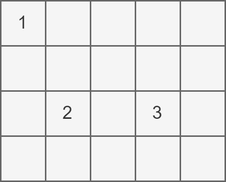
axiomofchoice-hjt/Axiomofchoice-hjt.github.io keeps this draw.io diagram as img/62c303-L2.drawio.png. Above is the earlier version. Source tidied: cells renumbered, new cells last; positions are measured from the earlier drawing's top-left corner, leaving out a move shared by most shapes.
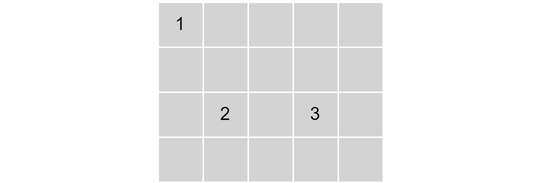
Above is the later version.

Change to the diagram source:
```diff
@@ -2,64 +2,70 @@
   <root>
     <mxCell id="0" />
     <mxCell id="1" parent="0" />
+    <mxCell id="22" style="endArrow=none;dashed=1;html=1;strokeColor=#FFFFFF;fontColor=#000000;" parent="1" edge="1">
+      <mxGeometry relative="1" as="geometry">
+        <mxPoint x="-105" y="-1" as="sourcePoint" />
+        <mxPoint x="255" as="targetPoint" />
+      </mxGeometry>
+    </mxCell>
-    <mxCell id="2" value="1" style="rounded=0;whiteSpace=wrap;html=1;fillColor=#f5f5f5;fontColor=#333333;strokeColor=#666666;" parent="1" vertex="1">
+    <mxCell id="2" value="1" style="rounded=0;whiteSpace=wrap;html=1;fillColor=#d3d3d3;fontColor=#000000;strokeColor=#ffffff;" parent="1" vertex="1">
       <mxGeometry width="30" height="30" as="geometry" />
     </mxCell>
-    <mxCell id="3" style="rounded=0;whiteSpace=wrap;html=1;fillColor=#f5f5f5;fontColor=#333333;strokeColor=#666666;" parent="1" vertex="1">
+    <mxCell id="3" style="rounded=0;whiteSpace=wrap;html=1;fillColor=#d3d3d3;fontColor=#000000;strokeColor=#ffffff;" parent="1" vertex="1">
       <mxGeometry x="30" width="30" height="30" as="geometry" />
     </mxCell>
-    <mxCell id="4" style="rounded=0;whiteSpace=wrap;html=1;fillColor=#f5f5f5;fontColor=#333333;strokeColor=#666666;" parent="1" vertex="1">
+    <mxCell id="4" style="rounded=0;whiteSpace=wrap;html=1;fillColor=#d3d3d3;fontColor=#000000;strokeColor=#ffffff;" parent="1" vertex="1">
       <mxGeometry x="60" width="30" height="30" as="geometry" />
     </mxCell>
-    <mxCell id="5" style="rounded=0;whiteSpace=wrap;html=1;fillColor=#f5f5f5;fontColor=#333333;strokeColor=#666666;" parent="1" vertex="1">
+    <mxCell id="5" style="rounded=0;whiteSpace=wrap;html=1;fillColor=#d3d3d3;fontColor=#000000;strokeColor=#ffffff;" parent="1" vertex="1">
       <mxGeometry x="90" width="30" height="30" as="geometry" />
     </mxCell>
-    <mxCell id="6" style="rounded=0;whiteSpace=wrap;html=1;fillColor=#f5f5f5;fontColor=#333333;strokeColor=#666666;" parent="1" vertex="1">
+    <mxCell id="6" style="rounded=0;whiteSpace=wrap;html=1;fillColor=#d3d3d3;fontColor=#000000;strokeColor=#ffffff;" parent="1" vertex="1">
       <mxGeometry x="120" width="30" height="30" as="geometry" />
     </mxCell>
-    <mxCell id="7" style="rounded=0;whiteSpace=wrap;html=1;fillColor=#f5f5f5;fontColor=#333333;strokeColor=#666666;" parent="1" vertex="1">
+    <mxCell id="7" style="rounded=0;whiteSpace=wrap;html=1;fillColor=#d3d3d3;fontColor=#000000;strokeColor=#ffffff;" parent="1" vertex="1">
       <mxGeometry y="30" width="30" height="30" as="geometry" />
     </mxCell>
-    <mxCell id="8" style="rounded=0;whiteSpace=wrap;html=1;fillColor=#f5f5f5;fontColor=#333333;strokeColor=#666666;" parent="1" vertex="1">
+    <mxCell id="8" style="rounded=0;whiteSpace=wrap;html=1;fillColor=#d3d3d3;fontColor=#000000;strokeColor=#ffffff;" parent="1" vertex="1">
       <mxGeometry x="30" y="30" width="30" height="30" as="geometry" />
     </mxCell>
-    <mxCell id="9" style="rounded=0;whiteSpace=wrap;html=1;fillColor=#f5f5f5;fontColor=#333333;strokeColor=#666666;" parent="1" vertex="1">
+    <mxCell id="9" style="rounded=0;whiteSpace=wrap;html=1;fillColor=#d3d3d3;fontColor=#000000;strokeColor=#ffffff;" parent="1" vertex="1">
       <mxGeometry x="60" y="30" width="30" height="30" as="geometry" />
     </mxCell>
-    <mxCell id="10" style="rounded=0;whiteSpace=wrap;html=1;fillColor=#f5f5f5;fontColor=#333333;strokeColor=#666666;" parent="1" vertex="1">
+    <mxCell id="10" style="rounded=0;whiteSpace=wrap;html=1;fillColor=#d3d3d3;fontColor=#000000;strokeColor=#ffffff;" parent="1" vertex="1">
       <mxGeometry x="90" y="30" width="30" height="30" as="geometry" />
     </mxCell>
-    <mxCell id="11" style="rounded=0;whiteSpace=wrap;html=1;fillColor=#f5f5f5;fontColor=#333333;strokeColor=#666666;" parent="1" vertex="1">
+    <mxCell id="11" style="rounded=0;whiteSpace=wrap;html=1;fillColor=#d3d3d3;fontColor=#000000;strokeColor=#ffffff;" parent="1" vertex="1">
       <mxGeometry x="120" y="30" width="30" height="30" as="geometry" />
     </mxCell>
-    <mxCell id="12" style="rounded=0;whiteSpace=wrap;html=1;fillColor=#f5f5f5;fontColor=#333333;strokeColor=#666666;" parent="1" vertex="1">
+    <mxCell id="12" style="rounded=0;whiteSpace=wrap;html=1;fillColor=#d3d3d3;fontColor=#000000;strokeColor=#ffffff;" parent="1" vertex="1">
       <mxGeometry y="60" width="30" height="30" as="geometry" />
     </mxCell>
-    <mxCell id="13" value="2" style="rounded=0;whiteSpace=wrap;html=1;fillColor=#f5f5f5;fontColor=#333333;strokeColor=#666666;" parent="1" vertex="1">
+    <mxCell id="13" value="2" style="rounded=0;whiteSpace=wrap;html=1;fillColor=#d3d3d3;fontColor=#000000;strokeColor=#ffffff;" parent="1" vertex="1">
       <mxGeometry x="30" y="60" width="30" height="30" as="geometry" />
     </mxCell>
-    <mxCell id="14" style="rounded=0;whiteSpace=wrap;html=1;fillColor=#f5f5f5;fontColor=#333333;strokeColor=#666666;" parent="1" vertex="1">
+    <mxCell id="14" style="rounded=0;whiteSpace=wrap;html=1;fillColor=#d3d3d3;fontColor=#000000;strokeColor=#ffffff;" parent="1" vertex="1">
       <mxGeometry x="60" y="60" width="30" height="30" as="geometry" />
     </mxCell>
-    <mxCell id="15" value="3" style="rounded=0;whiteSpace=wrap;html=1;fillColor=#f5f5f5;fontColor=#333333;strokeColor=#666666;" parent="1" vertex="1">
+    <mxCell id="15" value="3" style="rounded=0;whiteSpace=wrap;html=1;fillColor=#d3d3d3;fontColor=#000000;strokeColor=#ffffff;" parent="1" vertex="1">
       <mxGeometry x="90" y="60" width="30" height="30" as="geometry" />
     </mxCell>
-    <mxCell id="16" style="rounded=0;whiteSpace=wrap;html=1;fillColor=#f5f5f5;fontColor=#333333;strokeColor=#666666;" parent="1" vertex="1">
+    <mxCell id="16" style="rounded=0;whiteSpace=wrap;html=1;fillColor=#d3d3d3;fontColor=#000000;strokeColor=#ffffff;" parent="1" vertex="1">
       <mxGeometry x="120" y="60" width="30" height="30" as="geometry" />
     </mxCell>
-    <mxCell id="17" style="rounded=0;whiteSpace=wrap;html=1;fillColor=#f5f5f5;fontColor=#333333;strokeColor=#666666;" parent="1" vertex="1">
+    <mxCell id="17" style="rounded=0;whiteSpace=wrap;html=1;fillColor=#d3d3d3;fontColor=#000000;strokeColor=#ffffff;" parent="1" vertex="1">
       <mxGeometry y="90" width="30" height="30" as="geometry" />
     </mxCell>
-    <mxCell id="18" style="rounded=0;whiteSpace=wrap;html=1;fillColor=#f5f5f5;fontColor=#333333;strokeColor=#666666;" parent="1" vertex="1">
+    <mxCell id="18" style="rounded=0;whiteSpace=wrap;html=1;fillColor=#d3d3d3;fontColor=#000000;strokeColor=#ffffff;" parent="1" vertex="1">
       <mxGeometry x="30" y="90" width="30" height="30" as="geometry" />
     </mxCell>
-    <mxCell id="19" style="rounded=0;whiteSpace=wrap;html=1;fillColor=#f5f5f5;fontColor=#333333;strokeColor=#666666;" parent="1" vertex="1">
+    <mxCell id="19" style="rounded=0;whiteSpace=wrap;html=1;fillColor=#d3d3d3;fontColor=#000000;strokeColor=#ffffff;" parent="1" vertex="1">
       <mxGeometry x="60" y="90" width="30" height="30" as="geometry" />
     </mxCell>
-    <mxCell id="20" style="rounded=0;whiteSpace=wrap;html=1;fillColor=#f5f5f5;fontColor=#333333;strokeColor=#666666;" parent="1" vertex="1">
+    <mxCell id="20" style="rounded=0;whiteSpace=wrap;html=1;fillColor=#d3d3d3;fontColor=#000000;strokeColor=#ffffff;" parent="1" vertex="1">
       <mxGeometry x="90" y="90" width="30" height="30" as="geometry" />
     </mxCell>
-    <mxCell id="21" style="rounded=0;whiteSpace=wrap;html=1;fillColor=#f5f5f5;fontColor=#333333;strokeColor=#666666;" parent="1" vertex="1">
+    <mxCell id="21" style="rounded=0;whiteSpace=wrap;html=1;fillColor=#d3d3d3;fontColor=#000000;strokeColor=#ffffff;" parent="1" vertex="1">
       <mxGeometry x="120" y="90" width="30" height="30" as="geometry" />
     </mxCell>
   </root>
```
